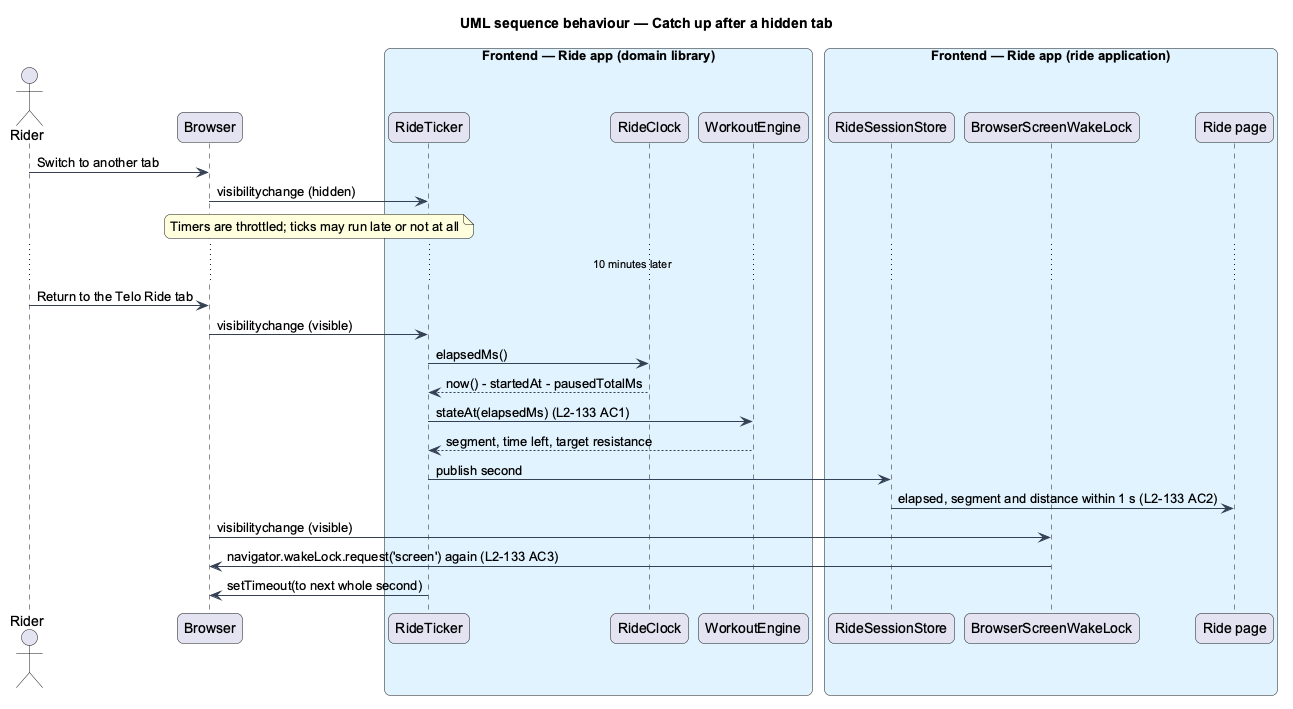
This is docs/detailed-designs/performance/keep-the-ride-clock-true/diagrams/sequence-hidden-tab-catch-up.png from QuinntyneBrown/ride-one, a PlantUML export, as it was before one commit. Its diagram source:
```plantuml
@startuml
title UML sequence behaviour — Catch up after a hidden tab
skinparam backgroundColor #FFFFFF
skinparam shadowing false
skinparam roundcorner 12
skinparam defaultFontName Arial
skinparam ArrowColor #344054
skinparam rectangle {
  BorderColor #344054
  FontColor #101828
}
skinparam package {
  BorderColor #667085
  FontColor #101828
  BackgroundColor #F9FAFB
}
actor "Rider" as actor
participant "Browser" as browser
box "Frontend — Ride app (domain library)" #E0F2FE
  participant "RideTicker" as ticker
  participant "RideClock" as clock
  participant "WorkoutEngine" as engine
end box
box "Frontend — Ride app (ride application)" #E0F2FE
  participant "RideSessionStore" as store
  participant "BrowserScreenWakeLock" as wake
  participant "Ride page" as page
end box
actor -> browser : Switch to another tab
browser -> ticker : visibilitychange (hidden)
note over browser, ticker : Timers are throttled; ticks may run late or not at all
...10 minutes later...
actor -> browser : Return to the Telo Ride tab
browser -> ticker : visibilitychange (visible)
ticker -> clock : elapsedMs()
clock --> ticker : now() - startedAt - pausedTotalMs
ticker -> engine : stateAt(elapsedMs) (L2-133 AC1)
engine --> ticker : segment, time left, target resistance
ticker -> store : publish second
store -> page : elapsed, segment and distance within 1 s (L2-133 AC2)
browser -> wake : visibilitychange (visible)
wake -> browser : navigator.wakeLock.request('screen') again (L2-133 AC3)
ticker -> browser : setTimeout(to next whole second)
@enduml
```
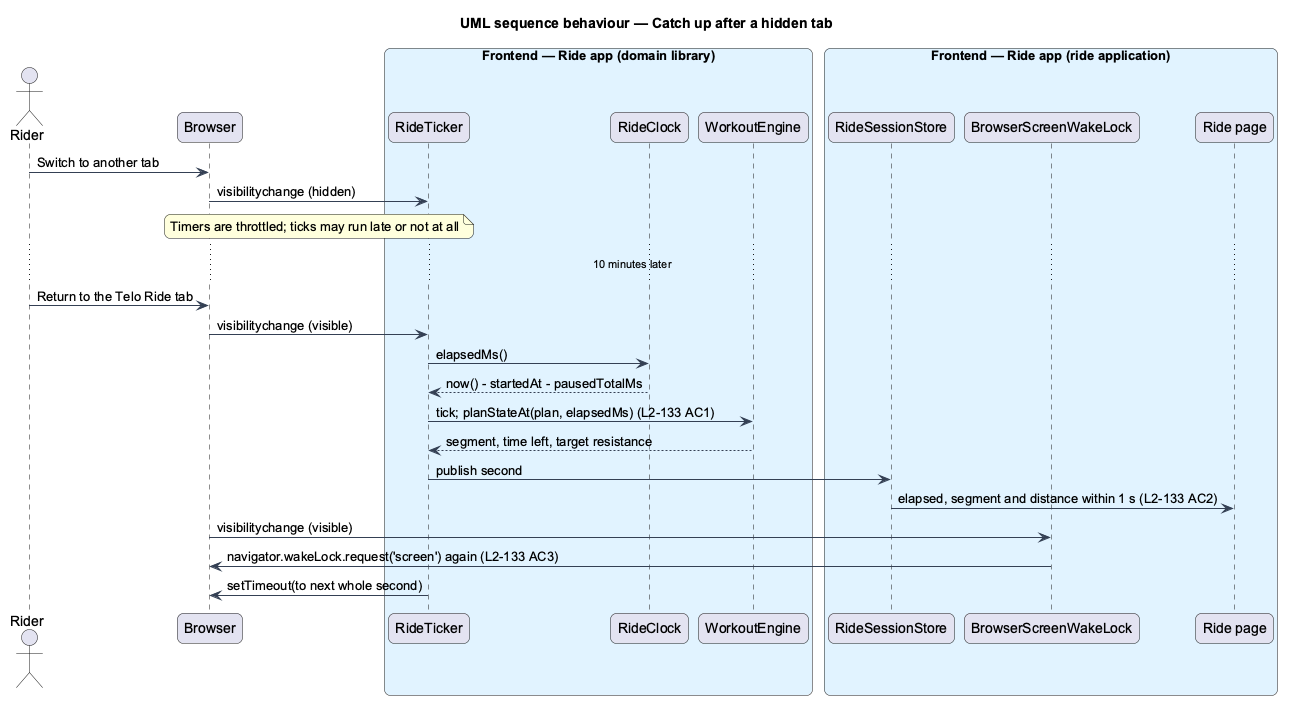
The same file after the commit.

Change to the diagram source:
```diff
@@ -34,7 +34,7 @@
 browser -> ticker : visibilitychange (visible)
 ticker -> clock : elapsedMs()
 clock --> ticker : now() - startedAt - pausedTotalMs
-ticker -> engine : stateAt(elapsedMs) (L2-133 AC1)
+ticker -> engine : tick; planStateAt(plan, elapsedMs) (L2-133 AC1)
 engine --> ticker : segment, time left, target resistance
 ticker -> store : publish second
 store -> page : elapsed, segment and distance within 1 s (L2-133 AC2)
```
